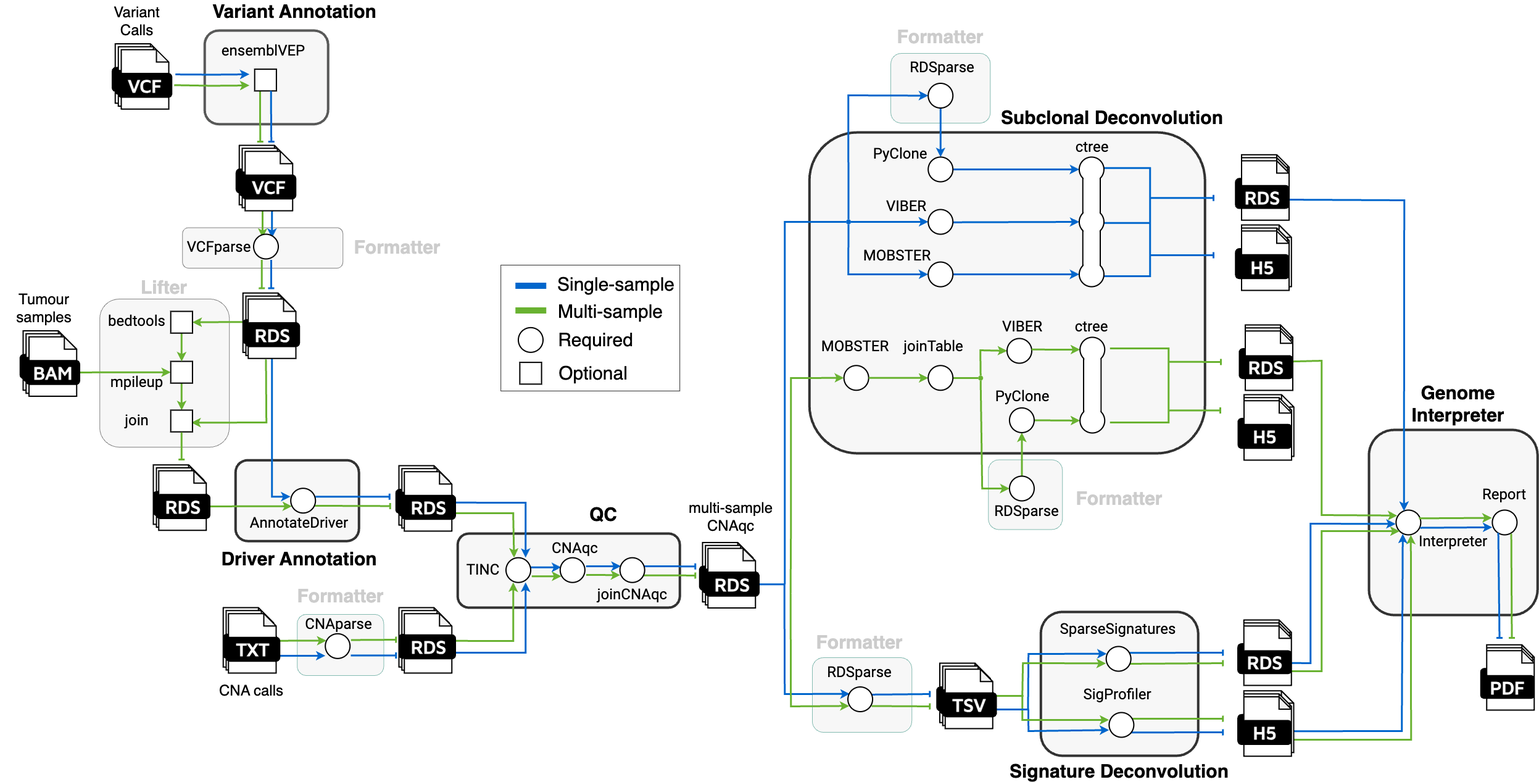
caravagnalab/tumourevo keeps this draw.io diagram as docs/images/workflow.png. Above is the earlier version. Source tidied: cells renumbered, new cells last; positions are measured from the earlier drawing's top-left corner, leaving out a move shared by most shapes.
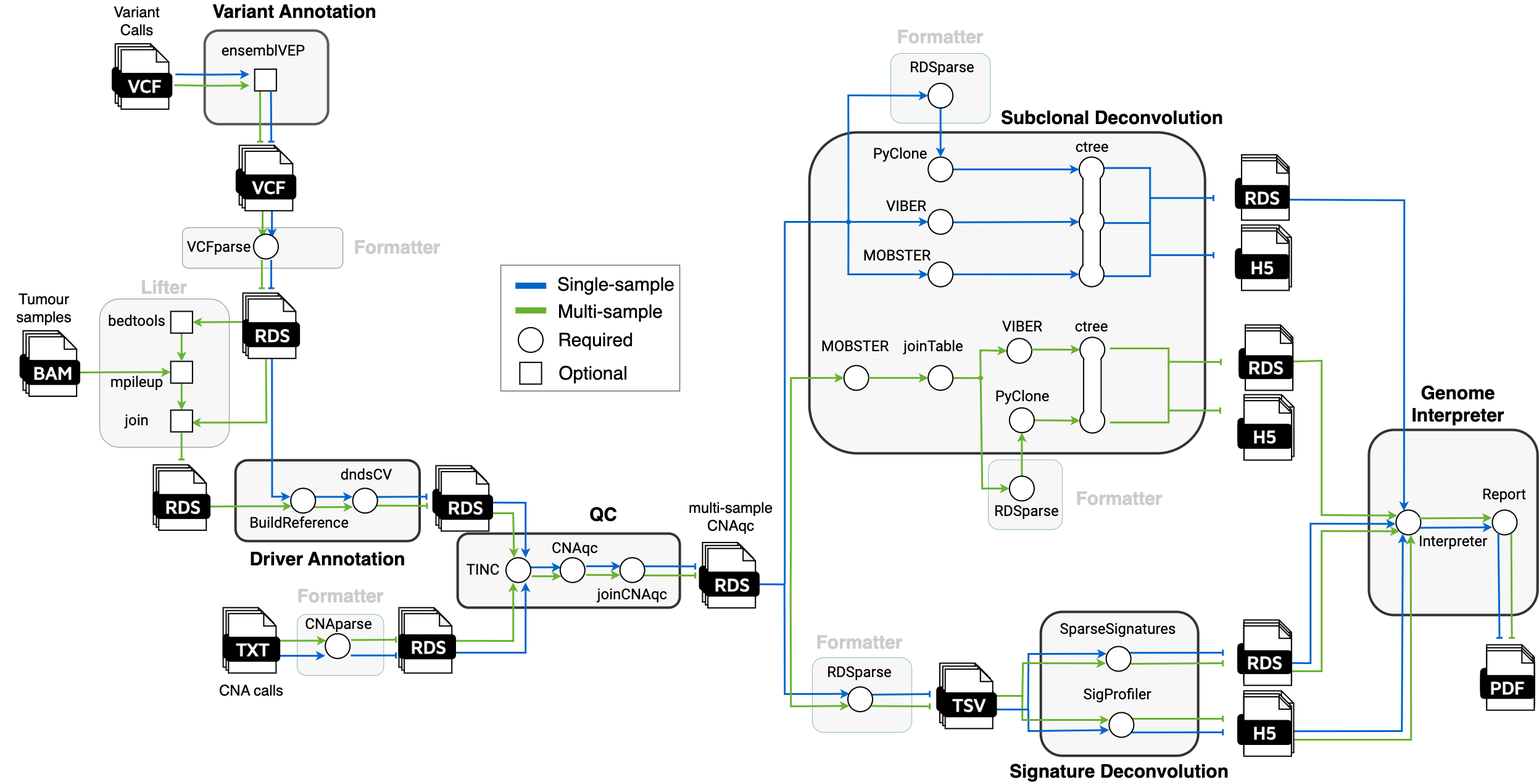
After the change.

Commit message:
workflow diagram update

Change to the diagram source:
```diff
@@ -18,7 +18,7 @@
       <mxGeometry x="1316.4" y="1062" width="161.3" height="121" as="geometry" />
     </mxCell>
     <mxCell id="7" style="rounded=1;whiteSpace=wrap;html=1;fillColor=#f5f5f5;fontColor=#333333;strokeColor=#000000;opacity=80;strokeWidth=4;" parent="1" vertex="1">
-      <mxGeometry x="381.7" y="742.2" width="200" height="131" as="geometry" />
+      <mxGeometry x="381.7" y="742.2" width="298.3" height="131" as="geometry" />
     </mxCell>
     <mxCell id="8" style="rounded=1;whiteSpace=wrap;html=1;fillColor=#f5f5f5;fontColor=#333333;strokeColor=#000000;opacity=80;strokeWidth=4;" parent="1" vertex="1">
       <mxGeometry x="1686.7" y="987.9" width="255" height="233.1" as="geometry" />
@@ -27,9 +27,9 @@
       <mxGeometry x="741.7" y="861" width="360" height="120" as="geometry" />
     </mxCell>
     <mxCell id="10" value="&lt;b&gt;&lt;font style=&quot;font-size: 30px;&quot;&gt;Driver Annotation&lt;/font&gt;&lt;/b&gt;" style="text;strokeColor=none;align=center;fillColor=none;html=1;verticalAlign=middle;whiteSpace=wrap;rounded=0;fontSize=18;" parent="1" vertex="1">
-      <mxGeometry x="341.7" y="886.7" width="287" height="30" as="geometry" />
+      <mxGeometry x="387.3" y="886.7" width="287" height="30" as="geometry" />
     </mxCell>
-    <mxCell id="11" value="&lt;font style=&quot;font-size: 24px;&quot;&gt;AnnotateDriver&lt;/font&gt;" style="text;strokeColor=none;align=center;fillColor=none;html=1;verticalAlign=middle;whiteSpace=wrap;rounded=0;fontSize=18;fontStyle=0;fontFamily=Roboto;fontSource=https%3A%2F%2Ffonts.googleapis.com%2Fcss%3Ffamily%3DRoboto;" parent="1" vertex="1">
+    <mxCell id="11" value="&lt;font style=&quot;font-size: 24px;&quot;&gt;BuildReference&lt;/font&gt;" style="text;strokeColor=none;align=center;fillColor=none;html=1;verticalAlign=middle;whiteSpace=wrap;rounded=0;fontSize=18;fontStyle=0;fontFamily=Roboto;fontSource=https%3A%2F%2Ffonts.googleapis.com%2Fcss%3Ffamily%3DRoboto;" parent="1" vertex="1">
       <mxGeometry x="457.6" y="829" width="55.3" height="30" as="geometry" />
     </mxCell>
     <mxCell id="12" value="&lt;b&gt;&lt;font style=&quot;font-size: 30px;&quot;&gt;Formatter&lt;/font&gt;&lt;/b&gt;" style="text;strokeColor=none;align=center;fillColor=none;html=1;verticalAlign=middle;whiteSpace=wrap;rounded=0;fontSize=18;fontColor=#cccccc;" parent="1" vertex="1">
@@ -80,10 +80,9 @@
     <mxCell id="25" value="&lt;font style=&quot;font-size: 30px;&quot;&gt;Multi-sample&lt;/font&gt;" style="text;strokeColor=none;align=center;fillColor=none;html=1;verticalAlign=middle;whiteSpace=wrap;rounded=0;fontSize=18;fontStyle=0;" parent="1" vertex="1">
       <mxGeometry x="901" y="481.1" width="176.4" height="40" as="geometry" />
     </mxCell>
-    <mxCell id="26" style="rounded=0;orthogonalLoop=1;jettySize=auto;html=1;strokeWidth=3;endArrow=none;endFill=0;strokeColor=#69B231;startArrow=baseDash;startFill=0;entryX=1;entryY=0.5;entryDx=0;entryDy=0;" parent="1" edge="1">
+    <mxCell id="26" style="rounded=0;jettySize=auto;html=1;strokeWidth=3;endArrow=none;endFill=0;strokeColor=#69B231;startArrow=baseDash;startFill=0;entryX=0.896;entryY=0.7;entryDx=0;entryDy=0;entryPerimeter=0;" parent="1" edge="1" target="292">
       <mxGeometry relative="1" as="geometry">
-        <mxPoint x="632.2" y="816.4" as="sourcePoint" />
-        <mxPoint x="510.2" y="815.9" as="targetPoint" />
+        <mxPoint x="692" y="816" as="sourcePoint" />
       </mxGeometry>
     </mxCell>
     <mxCell id="27" style="rounded=0;jettySize=auto;html=1;strokeWidth=3;endArrow=none;endFill=0;strokeColor=#69B231;startArrow=baseDash;startFill=0;entryX=0.25;entryY=1;entryDx=0;entryDy=0;" parent="1" edge="1" target="28">
@@ -308,15 +307,11 @@
         <mxPoint x="439.5" y="417.5" as="targetPoint" />
       </mxGeometry>
     </mxCell>
-    <mxCell id="80" style="rounded=0;orthogonalLoop=1;jettySize=auto;html=1;strokeWidth=3;endArrow=none;endFill=0;strokeColor=#0066CC;startArrow=baseDash;startFill=0;" parent="1" edge="1">
+    <mxCell id="80" style="rounded=0;jettySize=auto;html=1;strokeWidth=3;endArrow=none;endFill=0;strokeColor=#0066CC;startArrow=baseDash;startFill=0;entryX=0.896;entryY=0.35;entryDx=0;entryDy=0;entryPerimeter=0;" parent="1" edge="1" target="292">
       <mxGeometry relative="1" as="geometry">
-        <mxPoint x="631.2" y="801.2" as="sourcePoint" />
-        <mxPoint x="511.2" y="801.3" as="targetPoint" />
+        <mxPoint x="691" y="801.2" as="sourcePoint" />
       </mxGeometry>
     </mxCell>
-    <mxCell id="81" style="ellipse;whiteSpace=wrap;html=1;rounded=1;rotation=0;strokeWidth=2;" parent="1" vertex="1">
-      <mxGeometry x="471.2" y="787.7" width="40" height="40" as="geometry" />
-    </mxCell>
     <mxCell id="82" style="rounded=1;whiteSpace=wrap;html=1;fillColor=#F5F5F5;fontColor=#333333;strokeColor=#67AB9F;opacity=80;" parent="1" vertex="1">
       <mxGeometry x="481.7" y="991.9" width="140.2" height="99.1" as="geometry" />
     </mxCell>
@@ -964,22 +959,22 @@
       <mxGeometry x="398.5" y="519.5" width="86.7" height="38.5" as="geometry" />
     </mxCell>
     <mxCell id="246" style="shape=note;whiteSpace=wrap;html=1;backgroundOutline=1;darkOpacity=0.05;rounded=1;size=20;strokeWidth=2;" parent="1" vertex="1">
-      <mxGeometry x="646.5" y="751" width="77" height="96.3" as="geometry" />
+      <mxGeometry x="706.5" y="751" width="77" height="96.3" as="geometry" />
     </mxCell>
     <mxCell id="247" value="&lt;font face=&quot;Maven Pro&quot; color=&quot;#ffffff&quot;&gt;&lt;b&gt;&lt;font style=&quot;font-size: 20px;&quot;&gt;Fastq&lt;/font&gt;&lt;/b&gt;&lt;/font&gt;" style="rounded=1;whiteSpace=wrap;html=1;strokeWidth=2;fillColor=#000000;" parent="1" vertex="1">
-      <mxGeometry x="641.7" y="789.5" width="86.7" height="38.5" as="geometry" />
+      <mxGeometry x="701.7" y="789.5" width="86.7" height="38.5" as="geometry" />
     </mxCell>
     <mxCell id="248" style="shape=note;whiteSpace=wrap;html=1;backgroundOutline=1;darkOpacity=0.05;rounded=1;size=20;strokeWidth=2;" parent="1" vertex="1">
-      <mxGeometry x="651.3" y="755.8" width="77" height="96.3" as="geometry" />
+      <mxGeometry x="711.3" y="755.8" width="77" height="96.3" as="geometry" />
     </mxCell>
     <mxCell id="249" value="&lt;font face=&quot;Maven Pro&quot; color=&quot;#ffffff&quot;&gt;&lt;b&gt;&lt;font style=&quot;font-size: 20px;&quot;&gt;Fastq&lt;/font&gt;&lt;/b&gt;&lt;/font&gt;" style="rounded=1;whiteSpace=wrap;html=1;strokeWidth=2;fillColor=#000000;" parent="1" vertex="1">
-      <mxGeometry x="646.5" y="794.3" width="86.7" height="38.5" as="geometry" />
+      <mxGeometry x="706.5" y="794.3" width="86.7" height="38.5" as="geometry" />
     </mxCell>
     <mxCell id="250" style="shape=note;whiteSpace=wrap;html=1;backgroundOutline=1;darkOpacity=0.05;rounded=1;size=20;strokeWidth=2;" parent="1" vertex="1">
-      <mxGeometry x="655.2" y="760.6" width="77" height="96.3" as="geometry" />
+      <mxGeometry x="715.2" y="760.6" width="77" height="96.3" as="geometry" />
     </mxCell>
     <mxCell id="251" value="&lt;font style=&quot;font-size: 30px;&quot; color=&quot;#ffffff&quot; face=&quot;Maven Pro&quot;&gt;&lt;b&gt;RDS&lt;/b&gt;&lt;/font&gt;" style="rounded=1;whiteSpace=wrap;html=1;strokeWidth=2;fillColor=#000000;" parent="1" vertex="1">
-      <mxGeometry x="651.3" y="799.2" width="86.7" height="38.5" as="geometry" />
+      <mxGeometry x="711.3" y="799.2" width="86.7" height="38.5" as="geometry" />
     </mxCell>
     <mxCell id="252" style="shape=note;whiteSpace=wrap;html=1;backgroundOutline=1;darkOpacity=0.05;rounded=1;size=20;strokeWidth=2;" parent="1" vertex="1">
       <mxGeometry x="646.5" y="981.1" width="77" height="96.3" as="geometry" />
@@ -1097,5 +1092,20 @@
     <mxCell id="289" value="&lt;font style=&quot;font-size: 30px;&quot;&gt;Optional&lt;/font&gt;" style="text;strokeColor=none;align=center;fillColor=none;html=1;verticalAlign=middle;whiteSpace=wrap;rounded=0;fontSize=18;fontStyle=0;" parent="1" vertex="1">
       <mxGeometry x="901" y="581.2" width="120" height="40" as="geometry" />
     </mxCell>
+    <mxCell id="290" value="&lt;font style=&quot;font-size: 24px;&quot;&gt;dndsCV&lt;/font&gt;" style="text;strokeColor=none;align=center;fillColor=none;html=1;verticalAlign=middle;whiteSpace=wrap;rounded=0;fontSize=18;fontStyle=0;fontFamily=Roboto;fontSource=https%3A%2F%2Ffonts.googleapis.com%2Fcss%3Ffamily%3DRoboto;" parent="1" vertex="1">
+      <mxGeometry x="566.6" y="751" width="55.3" height="30" as="geometry" />
+    </mxCell>
+    <mxCell id="291" style="endArrow=none;html=1;rounded=0;strokeWidth=3;strokeColor=#0066CC;fillColor=#0000FF;entryX=0.92;entryY=0.345;entryDx=0;entryDy=0;entryPerimeter=0;startArrow=classic;startFill=1;exitX=-0.004;exitY=0.345;exitDx=0;exitDy=0;exitPerimeter=0;" parent="1" edge="1" source="292" target="81">
+      <mxGeometry relative="1" as="geometry" />
+    </mxCell>
+    <mxCell id="292" style="ellipse;whiteSpace=wrap;html=1;rounded=1;rotation=0;strokeWidth=2;" parent="1" vertex="1">
+      <mxGeometry x="571.7" y="787.7" width="40" height="40" as="geometry" />
+    </mxCell>
+    <mxCell id="293" style="rounded=0;jettySize=auto;html=1;strokeWidth=3;endArrow=none;endFill=0;strokeColor=#69B231;startArrow=classic;startFill=1;entryX=0.907;entryY=0.764;entryDx=0;entryDy=0;exitX=0.008;exitY=0.758;exitDx=0;exitDy=0;exitPerimeter=0;entryPerimeter=0;" parent="1" edge="1" source="292" target="81">
+      <mxGeometry relative="1" as="geometry" />
+    </mxCell>
+    <mxCell id="81" style="ellipse;whiteSpace=wrap;html=1;rounded=1;rotation=0;strokeWidth=2;" parent="1" vertex="1">
+      <mxGeometry x="471.2" y="787.7" width="40" height="40" as="geometry" />
+    </mxCell>
   </root>
 </mxGraphModel>
```
